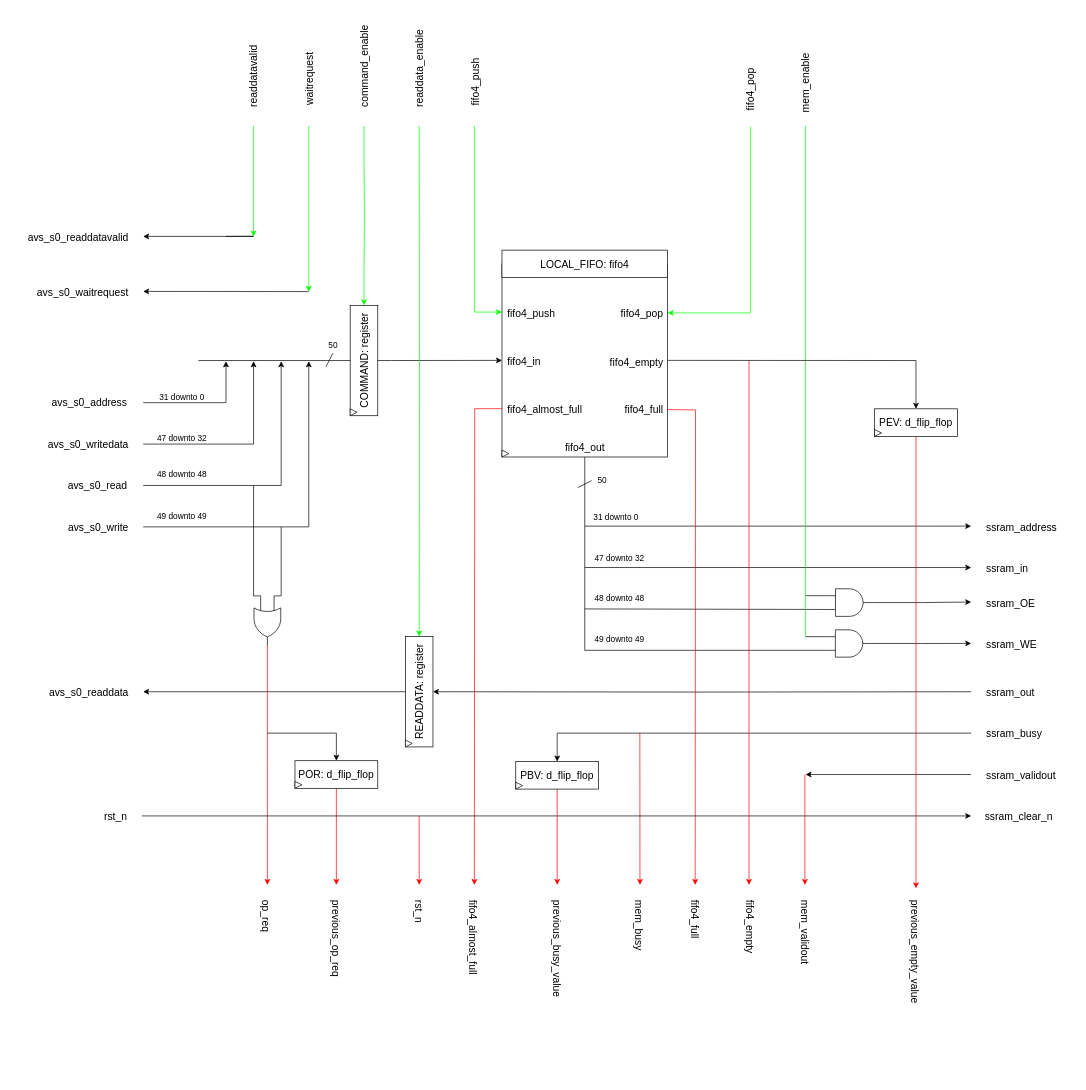
The draw.io diagram page "AvalonMM_to_SSRAM: RTL" (2 of 3) of IP_cores/AvalonMM_to_hRAM/AvalonMM_to_SSRAM_v2/rtl/AvalonMM_to_SSRAM.drawio in AndreaBononi/IP_cores, before the edit. Source tidied: cells renumbered, new cells numbered last; positions are measured from the earlier drawing's top-left corner, leaving out a move shared by most shapes. Both pictures are drawn from the tidied source at 69%, with x=0, y=0 at pixel (12, 50).
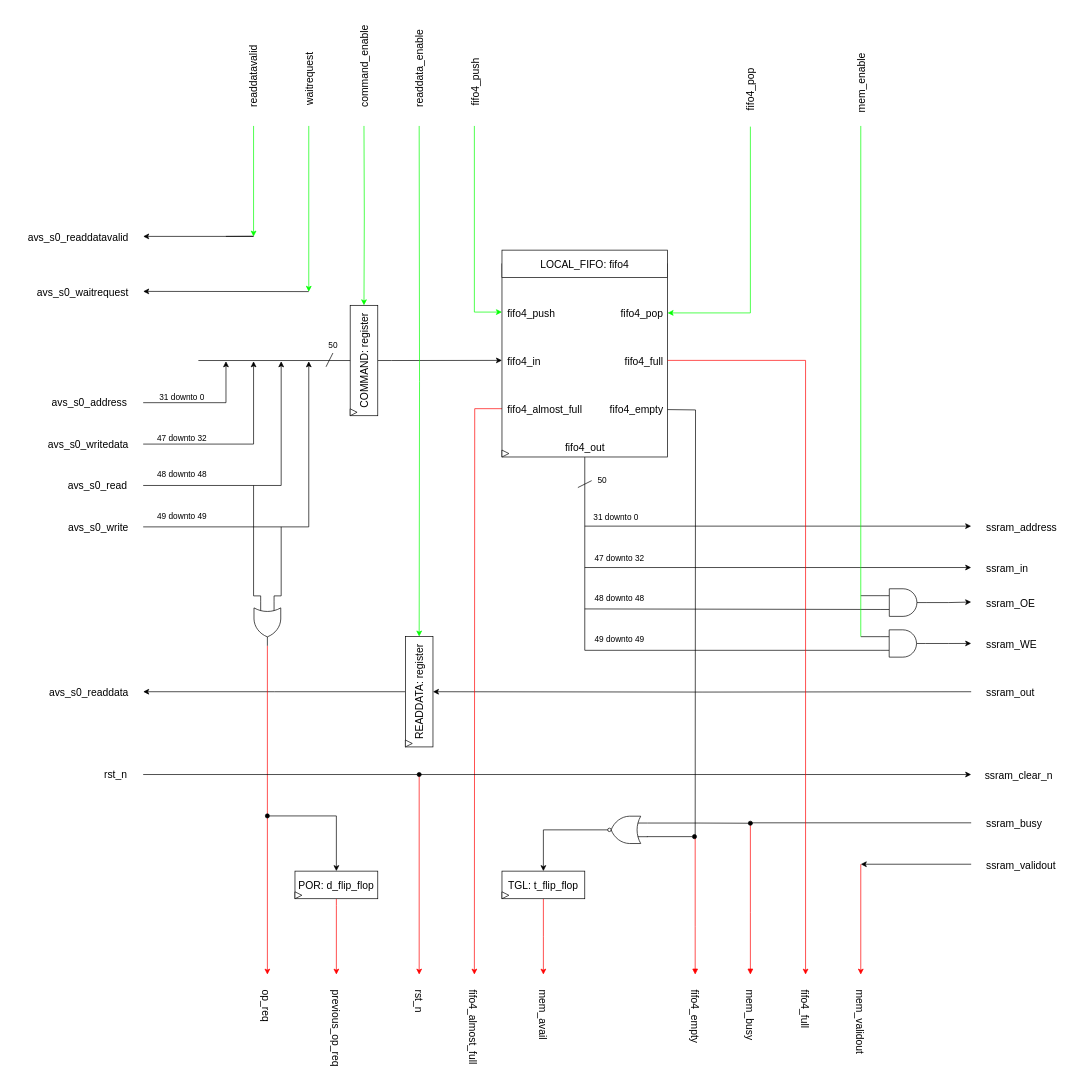
After the change.

Unchanged cells that the change refers to:
```xml
<mxCell id="66" style="verticalLabelPosition=bottom;shadow=0;dashed=0;align=center;html=1;verticalAlign=top;shape=mxgraph.electrical.logic_gates.logic_gate;operation=or;direction=south;" parent="1" vertex="1">
  <mxGeometry x="350.6" y="798.8" width="38.8" height="64.6" as="geometry" />
</mxCell>
<mxCell id="68" style="rounded=0;whiteSpace=wrap;html=1;direction=south;horizontal=1;" parent="1" vertex="1">
  <mxGeometry x="710" y="309.8" width="240" height="280" as="geometry" />
</mxCell>
```

The edit, as a diff of the source:
```diff
@@
     <mxCell id="20" value="&lt;font style=&quot;font-size: 15px;&quot;&gt;ssram_&lt;/font&gt;&lt;font style=&quot;font-size: 15px;&quot;&gt;&lt;font style=&quot;font-size: 15px;&quot;&gt;validout&lt;/font&gt;&lt;/font&gt;" style="text;html=1;align=left;verticalAlign=middle;strokeColor=none;fillColor=none;" parent="1" vertex="1">
-      <mxGeometry x="1410" y="1036.1" width="120" height="30" as="geometry" />
+      <mxGeometry x="1410" y="1166.1" width="120" height="30" as="geometry" />
     </mxCell>
@@
     <mxCell id="33" value="op_req" style="text;html=1;align=left;verticalAlign=middle;strokeColor=none;fillColor=none;fontSize=15;rotation=90;" parent="1" vertex="1">
-      <mxGeometry x="333" y="1250" width="70" height="30" as="geometry" />
+      <mxGeometry x="333" y="1380" width="70" height="30" as="geometry" />
     </mxCell>
@@
     <mxCell id="57" value="&lt;div&gt;mem_validout&lt;/div&gt;" style="text;html=1;align=left;verticalAlign=middle;strokeColor=none;fillColor=none;fontSize=15;rotation=90;" parent="1" vertex="1">
-      <mxGeometry x="1090" y="1275" width="120" height="30" as="geometry" />
+      <mxGeometry x="1170" y="1405" width="120" height="30" as="geometry" />
     </mxCell>
@@
     <mxCell id="60" style="edgeStyle=orthogonalEdgeStyle;rounded=0;jettySize=auto;html=1;exitX=1;exitY=0.5;exitDx=0;exitDy=0;exitPerimeter=0;strokeColor=#FF0000;" parent="1" edge="1" source="66">
       <mxGeometry relative="1" as="geometry">
-        <mxPoint x="370" y="1210" as="targetPoint" />
+        <mxPoint x="370" y="1340" as="targetPoint" />
       </mxGeometry>
     </mxCell>
     <mxCell id="61" value="&lt;font style=&quot;font-size: 15px;&quot;&gt;ssram_&lt;/font&gt;&lt;font style=&quot;font-size: 15px;&quot;&gt;busy&lt;/font&gt;" style="text;html=1;align=left;verticalAlign=middle;strokeColor=none;fillColor=none;" parent="1" vertex="1">
-      <mxGeometry x="1410" y="975" width="100" height="30" as="geometry" />
+      <mxGeometry x="1410" y="1105" width="100" height="30" as="geometry" />
     </mxCell>
-    <mxCell id="62" style="edgeStyle=orthogonalEdgeStyle;rounded=0;orthogonalLoop=1;jettySize=auto;html=1;strokeColor=#FF0000;" parent="1" edge="1">
+    <mxCell id="62" style="edgeStyle=orthogonalEdgeStyle;rounded=0;orthogonalLoop=1;jettySize=auto;html=1;strokeColor=#FF0000;endArrow=block;endFill=1;" parent="1" edge="1">
       <mxGeometry relative="1" as="geometry">
-        <mxPoint x="909.8" y="990" as="sourcePoint" />
-        <mxPoint x="910" y="1210" as="targetPoint" />
+        <mxPoint x="1070" y="1120" as="sourcePoint" />
+        <mxPoint x="1070" y="1340" as="targetPoint" />
         <Array as="points">
-          <mxPoint x="909.8" y="990" />
+          <mxPoint x="1070" y="1250" />
+          <mxPoint x="1070" y="1250" />
         </Array>
       </mxGeometry>
     </mxCell>
     <mxCell id="63" style="endArrow=none;html=1;rounded=0;endFill=0;startArrow=classic;startFill=1;" parent="1" edge="1">
       <mxGeometry relative="1" as="geometry">
-        <mxPoint x="1150" y="1050" as="sourcePoint" />
-        <mxPoint x="1390" y="1050" as="targetPoint" />
+        <mxPoint x="1230" y="1180" as="sourcePoint" />
+        <mxPoint x="1390" y="1180" as="targetPoint" />
       </mxGeometry>
     </mxCell>
-    <mxCell id="64" style="endArrow=classic;html=1;rounded=0;endFill=1;entryX=0;entryY=0.5;entryDx=0;entryDy=0;" parent="1" edge="1" target="109">
+    <mxCell id="64" style="endArrow=none;html=1;rounded=0;endFill=0;" parent="1" edge="1">
       <mxGeometry relative="1" as="geometry">
-        <mxPoint x="1390" y="990" as="sourcePoint" />
-        <Array as="points">
-          <mxPoint x="790" y="990" />
-        </Array>
+        <mxPoint x="1390" y="1120" as="sourcePoint" />
+        <mxPoint x="1070" y="1120" as="targetPoint" />
       </mxGeometry>
     </mxCell>
@@
     <mxCell id="67" style="edgeStyle=orthogonalEdgeStyle;rounded=0;jettySize=auto;html=1;exitX=0.75;exitY=1;exitDx=0;exitDy=0;strokeColor=#FF0000;" parent="1" edge="1" source="68">
       <mxGeometry relative="1" as="geometry">
-        <mxPoint x="670" y="1210" as="targetPoint" />
+        <mxPoint x="670" y="1340" as="targetPoint" />
       </mxGeometry>
     </mxCell>
@@
     <mxCell id="74" value="fifo4_almost_full" style="text;html=1;align=left;verticalAlign=middle;strokeColor=none;fillColor=none;fontSize=15;rotation=90;" parent="1" vertex="1">
-      <mxGeometry x="604" y="1280" width="130" height="30" as="geometry" />
+      <mxGeometry x="604" y="1410" width="130" height="30" as="geometry" />
     </mxCell>
@@
     <mxCell id="77" value="&lt;font style=&quot;font-size: 15px;&quot;&gt;fifo4_empty&lt;/font&gt;" style="text;html=1;align=right;verticalAlign=middle;strokeColor=none;fillColor=none;" parent="1" vertex="1">
-      <mxGeometry x="845" y="437.1" width="100" height="30" as="geometry" />
+      <mxGeometry x="845" y="506.1" width="100" height="30" as="geometry" />
     </mxCell>
-    <mxCell id="78" style="edgeStyle=orthogonalEdgeStyle;rounded=0;orthogonalLoop=1;jettySize=auto;html=1;exitX=0;exitY=0.5;exitDx=0;exitDy=0;" parent="1" edge="1">
+    <mxCell id="78" style="edgeStyle=orthogonalEdgeStyle;rounded=0;jettySize=auto;html=1;startArrow=oval;startFill=1;entryX=0;entryY=0.5;entryDx=0;entryDy=0;" parent="1" edge="1" target="80">
       <mxGeometry relative="1" as="geometry">
-        <mxPoint x="370" y="990" as="sourcePoint" />
-        <mxPoint x="470" y="1030" as="targetPoint" />
+        <mxPoint x="370" y="1110" as="sourcePoint" />
         <Array as="points">
-          <mxPoint x="470" y="990" />
-          <mxPoint x="470" y="1020" />
+          <mxPoint x="470" y="1110" />
         </Array>
       </mxGeometry>
     </mxCell>
     <mxCell id="79" style="edgeStyle=orthogonalEdgeStyle;rounded=0;jettySize=auto;html=1;exitX=1;exitY=0.5;exitDx=0;exitDy=0;strokeColor=#FF0000;" parent="1" edge="1" source="80">
       <mxGeometry relative="1" as="geometry">
-        <mxPoint x="470" y="1210" as="targetPoint" />
+        <mxPoint x="470" y="1340" as="targetPoint" />
         <Array as="points">
-          <mxPoint x="470" y="1110" />
-          <mxPoint x="470" y="1110" />
+          <mxPoint x="470" y="1240" />
+          <mxPoint x="470" y="1240" />
         </Array>
       </mxGeometry>
     </mxCell>
     <mxCell id="80" value="&lt;font style=&quot;font-size: 15px;&quot;&gt;POR: d_flip_flop&lt;/font&gt;" style="rounded=0;whiteSpace=wrap;html=1;direction=south;horizontal=1;" parent="1" vertex="1">
-      <mxGeometry x="410" y="1030" width="120" height="40" as="geometry" />
+      <mxGeometry x="410" y="1190" width="120" height="40" as="geometry" />
     </mxCell>
     <mxCell id="81" style="triangle;whiteSpace=wrap;html=1;direction=east;" parent="1" vertex="1">
-      <mxGeometry x="410" y="1060" width="10" height="10" as="geometry" />
+      <mxGeometry x="410" y="1220" width="10" height="10" as="geometry" />
     </mxCell>
     <mxCell id="82" value="previous_op_req" style="text;html=1;align=left;verticalAlign=middle;strokeColor=none;fillColor=none;fontSize=15;rotation=90;" parent="1" vertex="1">
-      <mxGeometry x="405" y="1280" width="130" height="30" as="geometry" />
+      <mxGeometry x="405" y="1410" width="130" height="30" as="geometry" />
     </mxCell>
@@
     <mxCell id="84" value="&lt;font style=&quot;font-size: 15px;&quot;&gt;fifo4_full&lt;/font&gt;" style="text;html=1;align=right;verticalAlign=middle;strokeColor=none;fillColor=none;" parent="1" vertex="1">
-      <mxGeometry x="865" y="506.1" width="80" height="30" as="geometry" />
+      <mxGeometry x="865" y="436.2" width="80" height="30" as="geometry" />
     </mxCell>
-    <mxCell id="85" style="edgeStyle=orthogonalEdgeStyle;rounded=0;orthogonalLoop=1;jettySize=auto;html=1;exitX=0.75;exitY=1;exitDx=0;exitDy=0;strokeColor=#FF0000;" parent="1" edge="1">
+    <mxCell id="85" style="edgeStyle=orthogonalEdgeStyle;rounded=0;orthogonalLoop=1;jettySize=auto;html=1;exitX=0.75;exitY=1;exitDx=0;exitDy=0;strokeColor=default;endArrow=none;endFill=0;" parent="1" edge="1">
       <mxGeometry relative="1" as="geometry">
         <mxPoint x="950" y="521.1" as="sourcePoint" />
-        <mxPoint x="990" y="1210" as="targetPoint" />
+        <mxPoint x="990" y="1140" as="targetPoint" />
       </mxGeometry>
     </mxCell>
     <mxCell id="86" value="fifo4_full" style="text;html=1;align=left;verticalAlign=middle;strokeColor=none;fillColor=none;fontSize=15;rotation=90;" parent="1" vertex="1">
-      <mxGeometry x="950" y="1255" width="80" height="30" as="geometry" />
+      <mxGeometry x="1110" y="1385" width="80" height="30" as="geometry" />
     </mxCell>
     <mxCell id="87" style="endArrow=classic;html=1;rounded=0;fontSize=15;" parent="1" edge="1">
       <mxGeometry relative="1" as="geometry">
-        <mxPoint x="188" y="1110" as="sourcePoint" />
-        <mxPoint x="1390" y="1110" as="targetPoint" />
+        <mxPoint x="590" y="1050" as="sourcePoint" />
+        <mxPoint x="1390" y="1050" as="targetPoint" />
       </mxGeometry>
     </mxCell>
     <mxCell id="88" value="&lt;font style=&quot;font-size: 15px;&quot;&gt;ssram_clear_n&lt;/font&gt;" style="text;html=1;align=left;verticalAlign=middle;strokeColor=none;fillColor=none;" parent="1" vertex="1">
-      <mxGeometry x="1408" y="1096.1" width="120" height="30" as="geometry" />
+      <mxGeometry x="1408" y="1036.1" width="120" height="30" as="geometry" />
     </mxCell>
     <mxCell id="89" value="&lt;font style=&quot;font-size: 15px;&quot;&gt;rst_n&lt;/font&gt;" style="text;html=1;align=right;verticalAlign=middle;strokeColor=none;fillColor=none;" parent="1" vertex="1">
-      <mxGeometry x="108" y="1095" width="60" height="30" as="geometry" />
+      <mxGeometry x="108" y="1035" width="60" height="30" as="geometry" />
     </mxCell>
-    <mxCell id="90" style="edgeStyle=orthogonalEdgeStyle;rounded=0;orthogonalLoop=1;jettySize=auto;html=1;exitX=1;exitY=0.5;exitDx=0;exitDy=0;strokeColor=#FF0000;" parent="1" edge="1">
+    <mxCell id="90" style="edgeStyle=orthogonalEdgeStyle;rounded=0;orthogonalLoop=1;jettySize=auto;html=1;strokeColor=#FF0000;" parent="1" edge="1">
       <mxGeometry relative="1" as="geometry">
-        <mxPoint x="590" y="1110" as="sourcePoint" />
-        <mxPoint x="590" y="1210" as="targetPoint" />
+        <mxPoint x="590" y="1050" as="sourcePoint" />
+        <mxPoint x="590" y="1340" as="targetPoint" />
       </mxGeometry>
     </mxCell>
     <mxCell id="91" value="&lt;font style=&quot;font-size: 15px;&quot;&gt;rst_n&lt;/font&gt;" style="text;html=1;align=left;verticalAlign=middle;strokeColor=none;fillColor=none;rotation=90;" parent="1" vertex="1">
-      <mxGeometry x="560" y="1245" width="60" height="30" as="geometry" />
+      <mxGeometry x="560" y="1375" width="60" height="30" as="geometry" />
     </mxCell>
@@
     <mxCell id="93" style="edgeStyle=orthogonalEdgeStyle;rounded=0;orthogonalLoop=1;jettySize=auto;html=1;exitX=1;exitY=0.5;exitDx=0;exitDy=0;strokeColor=#FF0000;" parent="1" edge="1">
       <mxGeometry relative="1" as="geometry">
-        <mxPoint x="1149" y="1050" as="sourcePoint" />
-        <mxPoint x="1149" y="1210" as="targetPoint" />
+        <mxPoint x="1230" y="1180" as="sourcePoint" />
+        <mxPoint x="1230" y="1340" as="targetPoint" />
       </mxGeometry>
     </mxCell>
-    <mxCell id="94" value="&lt;div&gt;mem_busy&lt;/div&gt;" style="text;html=1;align=left;verticalAlign=middle;strokeColor=none;fillColor=none;fontSize=15;rotation=90;" parent="1" vertex="1">
-      <mxGeometry x="860" y="1265" width="100" height="30" as="geometry" />
-    </mxCell>
-    <mxCell id="95" style="edgeStyle=orthogonalEdgeStyle;rounded=0;orthogonalLoop=1;jettySize=auto;html=1;strokeColor=#FF0000;" parent="1" edge="1">
+    <mxCell id="95" style="edgeStyle=orthogonalEdgeStyle;rounded=0;jettySize=auto;html=1;strokeColor=#FF0000;exitX=0.5;exitY=0;exitDx=0;exitDy=0;" parent="1" edge="1" source="68">
       <mxGeometry relative="1" as="geometry">
-        <mxPoint x="1068" y="450" as="sourcePoint" />
-        <mxPoint x="1068" y="1210" as="targetPoint" />
+        <mxPoint x="1150" y="1340" as="targetPoint" />
+        <Array as="points">
+          <mxPoint x="1150" y="450" />
+          <mxPoint x="1150" y="1340" />
+        </Array>
       </mxGeometry>
     </mxCell>
-    <mxCell id="96" value="fifo4_empty" style="text;html=1;align=left;verticalAlign=middle;strokeColor=none;fillColor=none;fontSize=15;rotation=90;" parent="1" vertex="1">
-      <mxGeometry x="1020" y="1265" width="100" height="30" as="geometry" />
-    </mxCell>
@@
     <mxCell id="98" style="edgeStyle=orthogonalEdgeStyle;rounded=0;jettySize=auto;html=1;exitX=0;exitY=0.25;exitDx=0;exitDy=0;exitPerimeter=0;endArrow=none;endFill=0;" parent="1" edge="1" source="99">
       <mxGeometry relative="1" as="geometry">
-        <mxPoint x="1150" y="791.1" as="targetPoint" />
+        <mxPoint x="1230" y="791.1" as="targetPoint" />
       </mxGeometry>
     </mxCell>
     <mxCell id="99" style="verticalLabelPosition=bottom;shadow=0;dashed=0;align=center;html=1;verticalAlign=top;shape=mxgraph.electrical.logic_gates.logic_gate;operation=and;" parent="1" vertex="1">
-      <mxGeometry x="1180" y="780.8" width="66.7" height="40" as="geometry" />
+      <mxGeometry x="1258" y="780.8" width="66.7" height="40" as="geometry" />
     </mxCell>
@@
     <mxCell id="101" style="edgeStyle=orthogonalEdgeStyle;rounded=0;jettySize=auto;html=1;exitX=0;exitY=0.25;exitDx=0;exitDy=0;exitPerimeter=0;endArrow=none;endFill=0;" parent="1" edge="1" source="102">
       <mxGeometry relative="1" as="geometry">
-        <mxPoint x="1150" y="851.1" as="targetPoint" />
+        <mxPoint x="1230" y="851.1" as="targetPoint" />
       </mxGeometry>
     </mxCell>
     <mxCell id="102" style="verticalLabelPosition=bottom;shadow=0;dashed=0;align=center;html=1;verticalAlign=top;shape=mxgraph.electrical.logic_gates.logic_gate;operation=and;" parent="1" vertex="1">
-      <mxGeometry x="1180" y="840.3" width="66" height="39.6" as="geometry" />
+      <mxGeometry x="1258" y="840.3" width="66" height="39.6" as="geometry" />
     </mxCell>
     <mxCell id="103" style="endArrow=none;html=1;rounded=0;strokeColor=#00FF00;endFill=0;" parent="1" edge="1">
       <mxGeometry relative="1" as="geometry">
-        <mxPoint x="1150" y="110" as="sourcePoint" />
-        <mxPoint x="1150" y="850" as="targetPoint" />
+        <mxPoint x="1230" y="110" as="sourcePoint" />
+        <mxPoint x="1230" y="850" as="targetPoint" />
       </mxGeometry>
     </mxCell>
     <mxCell id="104" value="mem_enable" style="text;html=1;align=left;verticalAlign=middle;strokeColor=none;fillColor=none;fontSize=15;rotation=-90;" parent="1" vertex="1">
-      <mxGeometry x="1095" y="23" width="110" height="30" as="geometry" />
+      <mxGeometry x="1175" y="23" width="110" height="30" as="geometry" />
     </mxCell>
-    <mxCell id="105" style="edgeStyle=orthogonalEdgeStyle;rounded=0;jettySize=auto;html=1;exitX=1;exitY=0.5;exitDx=0;exitDy=0;strokeColor=#FF0000;" parent="1" edge="1" source="106">
-      <mxGeometry relative="1" as="geometry">
-        <mxPoint x="1310" y="1215" as="targetPoint" />
-      </mxGeometry>
-    </mxCell>
-    <mxCell id="106" value="&lt;font style=&quot;font-size: 15px;&quot;&gt;PEV: d_flip_flop&lt;/font&gt;" style="rounded=0;whiteSpace=wrap;html=1;direction=south;horizontal=1;" parent="1" vertex="1">
-      <mxGeometry x="1250" y="520" width="120" height="40" as="geometry" />
-    </mxCell>
-    <mxCell id="107" style="triangle;whiteSpace=wrap;html=1;direction=east;" parent="1" vertex="1">
-      <mxGeometry x="1250" y="550" width="10" height="10" as="geometry" />
-    </mxCell>
-    <mxCell id="108" style="edgeStyle=orthogonalEdgeStyle;rounded=0;jettySize=auto;html=1;exitX=1;exitY=0.5;exitDx=0;exitDy=0;strokeColor=#FF0000;" parent="1" edge="1" source="109">
-      <mxGeometry relative="1" as="geometry">
-        <mxPoint x="790" y="1210" as="targetPoint" />
-      </mxGeometry>
-    </mxCell>
+    <mxCell id="114" style="edgeStyle=orthogonalEdgeStyle;rounded=0;jettySize=auto;html=1;exitX=1;exitY=0.5;exitDx=0;exitDy=0;strokeColor=#FF0000;" parent="1" edge="1" source="109">
+      <mxGeometry relative="1" as="geometry">
+        <mxPoint x="770" y="1340" as="targetPoint" />
+      </mxGeometry>
+    </mxCell>
-    <mxCell id="109" value="&lt;font style=&quot;font-size: 15px;&quot;&gt;PBV: d_flip_flop&lt;/font&gt;" style="rounded=0;whiteSpace=wrap;html=1;direction=south;horizontal=1;" parent="1" vertex="1">
-      <mxGeometry x="730" y="1031.1" width="120" height="40" as="geometry" />
+    <mxCell id="109" value="&lt;font style=&quot;font-size: 15px;&quot;&gt;TGL: t_flip_flop&lt;/font&gt;" style="rounded=0;whiteSpace=wrap;html=1;direction=south;horizontal=1;" parent="1" vertex="1">
+      <mxGeometry x="710" y="1190" width="120" height="40" as="geometry" />
     </mxCell>
     <mxCell id="110" style="triangle;whiteSpace=wrap;html=1;direction=east;" parent="1" vertex="1">
-      <mxGeometry x="730" y="1061.1" width="10" height="10" as="geometry" />
+      <mxGeometry x="710" y="1220" width="10" height="10" as="geometry" />
     </mxCell>
-    <mxCell id="111" value="&lt;div&gt;previous_busy_value&lt;br&gt;&lt;/div&gt;" style="text;html=1;align=left;verticalAlign=middle;strokeColor=none;fillColor=none;fontSize=15;rotation=90;" parent="1" vertex="1">
-      <mxGeometry x="710" y="1295" width="160" height="30" as="geometry" />
-    </mxCell>
-    <mxCell id="112" style="endArrow=classic;html=1;rounded=0;exitX=0.5;exitY=0;exitDx=0;exitDy=0;entryX=0;entryY=0.5;entryDx=0;entryDy=0;" parent="1" edge="1" source="68" target="106">
-      <mxGeometry relative="1" as="geometry">
-        <Array as="points">
-          <mxPoint x="1310" y="450" />
-        </Array>
-      </mxGeometry>
-    </mxCell>
-    <mxCell id="113" value="&lt;div&gt;previous_empty_value&lt;br&gt;&lt;/div&gt;" style="text;html=1;align=left;verticalAlign=middle;strokeColor=none;fillColor=none;fontSize=15;rotation=90;" parent="1" vertex="1">
-      <mxGeometry x="1225" y="1300" width="170" height="30" as="geometry" />
-    </mxCell>
+    <mxCell id="115" style="edgeStyle=orthogonalEdgeStyle;rounded=0;jettySize=auto;html=1;exitX=1;exitY=0.5;exitDx=0;exitDy=0;exitPerimeter=0;entryX=0;entryY=0.5;entryDx=0;entryDy=0;" parent="1" edge="1" source="117" target="109">
+      <mxGeometry relative="1" as="geometry" />
+    </mxCell>
+    <mxCell id="116" style="edgeStyle=orthogonalEdgeStyle;rounded=0;jettySize=auto;html=1;exitX=0;exitY=0.75;exitDx=0;exitDy=0;exitPerimeter=0;endArrow=oval;endFill=1;" parent="1" edge="1" source="117">
+      <mxGeometry relative="1" as="geometry">
+        <mxPoint x="1070" y="1120.6" as="targetPoint" />
+      </mxGeometry>
+    </mxCell>
+    <mxCell id="117" style="verticalLabelPosition=bottom;shadow=0;dashed=0;align=center;html=1;verticalAlign=top;shape=mxgraph.electrical.logic_gates.logic_gate;operation=or;negating=1;negSize=0.15;direction=west;" parent="1" vertex="1">
+      <mxGeometry x="855" y="1110.4" width="66" height="39.6" as="geometry" />
+    </mxCell>
+    <mxCell id="118" style="endArrow=oval;html=1;rounded=0;endFill=1;" parent="1" edge="1">
+      <mxGeometry relative="1" as="geometry">
+        <mxPoint x="190" y="1050" as="sourcePoint" />
+        <mxPoint x="590" y="1050" as="targetPoint" />
+      </mxGeometry>
+    </mxCell>
+    <mxCell id="119" style="edgeStyle=orthogonalEdgeStyle;rounded=0;orthogonalLoop=1;jettySize=auto;html=1;strokeColor=#FF0000;endArrow=block;endFill=1;" parent="1" edge="1">
+      <mxGeometry relative="1" as="geometry">
+        <mxPoint x="990" y="1140" as="sourcePoint" />
+        <mxPoint x="990" y="1340" as="targetPoint" />
+        <Array as="points">
+          <mxPoint x="990" y="1270" />
+          <mxPoint x="990" y="1270" />
+        </Array>
+      </mxGeometry>
+    </mxCell>
+    <mxCell id="120" style="edgeStyle=orthogonalEdgeStyle;rounded=0;orthogonalLoop=1;jettySize=auto;html=1;exitX=0;exitY=0.25;exitDx=0;exitDy=0;exitPerimeter=0;endArrow=oval;endFill=1;" parent="1" edge="1">
+      <mxGeometry relative="1" as="geometry">
+        <mxPoint x="920" y="1140" as="sourcePoint" />
+        <mxPoint x="989" y="1140" as="targetPoint" />
+        <Array as="points">
+          <mxPoint x="989" y="1140" />
+        </Array>
+      </mxGeometry>
+    </mxCell>
+    <mxCell id="94" value="mem_busy" style="text;html=1;align=left;verticalAlign=middle;strokeColor=none;fillColor=none;fontSize=15;rotation=90;" parent="1" vertex="1">
+      <mxGeometry x="1020" y="1395" width="100" height="30" as="geometry" />
+    </mxCell>
+    <mxCell id="96" value="fifo4_empty" style="text;html=1;align=left;verticalAlign=middle;strokeColor=none;fillColor=none;fontSize=15;rotation=90;" parent="1" vertex="1">
+      <mxGeometry x="940" y="1395" width="100" height="30" as="geometry" />
+    </mxCell>
+    <mxCell id="121" value="mem_avail" style="text;html=1;align=left;verticalAlign=middle;strokeColor=none;fillColor=none;fontSize=15;rotation=90;" parent="1" vertex="1">
+      <mxGeometry x="720" y="1395" width="100" height="30" as="geometry" />
+    </mxCell>
```
